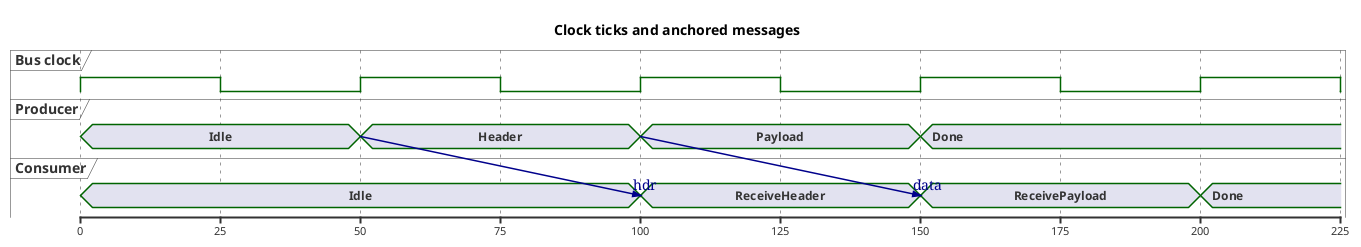
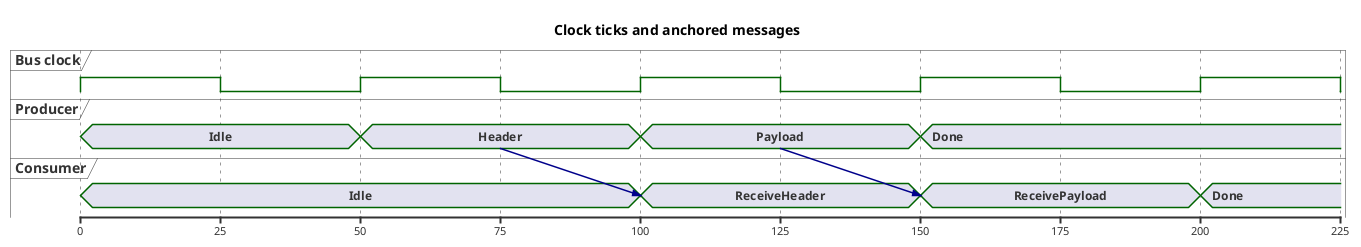
@startuml
title Clock ticks and anchored messages
scale 25 as 140 pixels
clock "Bus clock" as clk with period 50
concise "Producer" as TX
concise "Consumer" as RX

@0 as :boot
TX is Idle
RX is Idle

@clk*1 as :frame_start
TX is Header
- TX -> RX@:frame_start+50 : hdr
+ 
+ @:frame_start+25
+ TX -> RX@:frame_start+50

@clk*2
RX is ReceiveHeader
TX is Payload
- TX -> RX@:frame_start+100 : data
+ 
+ @:frame_start+75
+ TX -> RX@:frame_start+100

@clk*3
RX is ReceivePayload
TX is Done

@clk*4
RX is Done
@enduml
